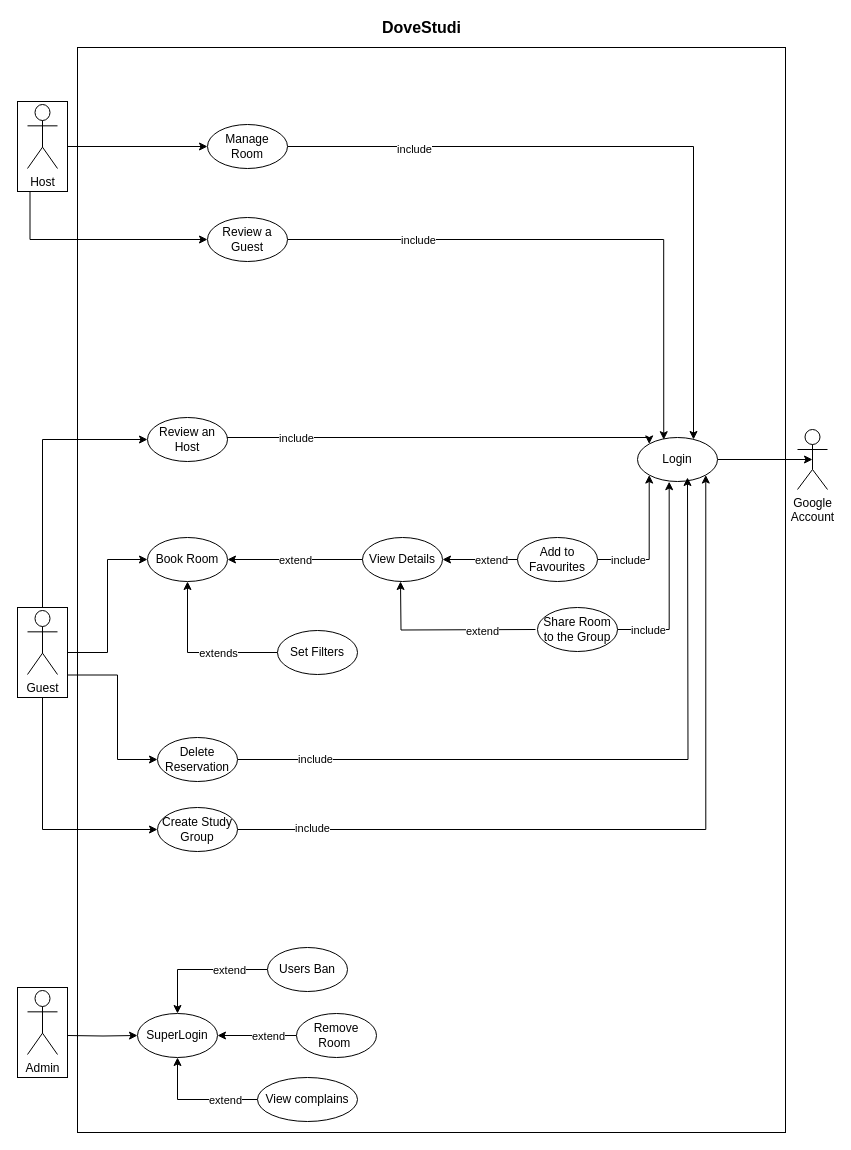
Above: Docs/DoveStudi UCD.drawio in nic-agos/DoveStudi (draw.io), before the change. Source tidied: cells renumbered, new cells numbered last; positions are measured from the earlier drawing's top-left corner, leaving out a move shared by most shapes. Both pictures are drawn from the tidied source at 100%, with x=0, y=0 at pixel (17, 17).
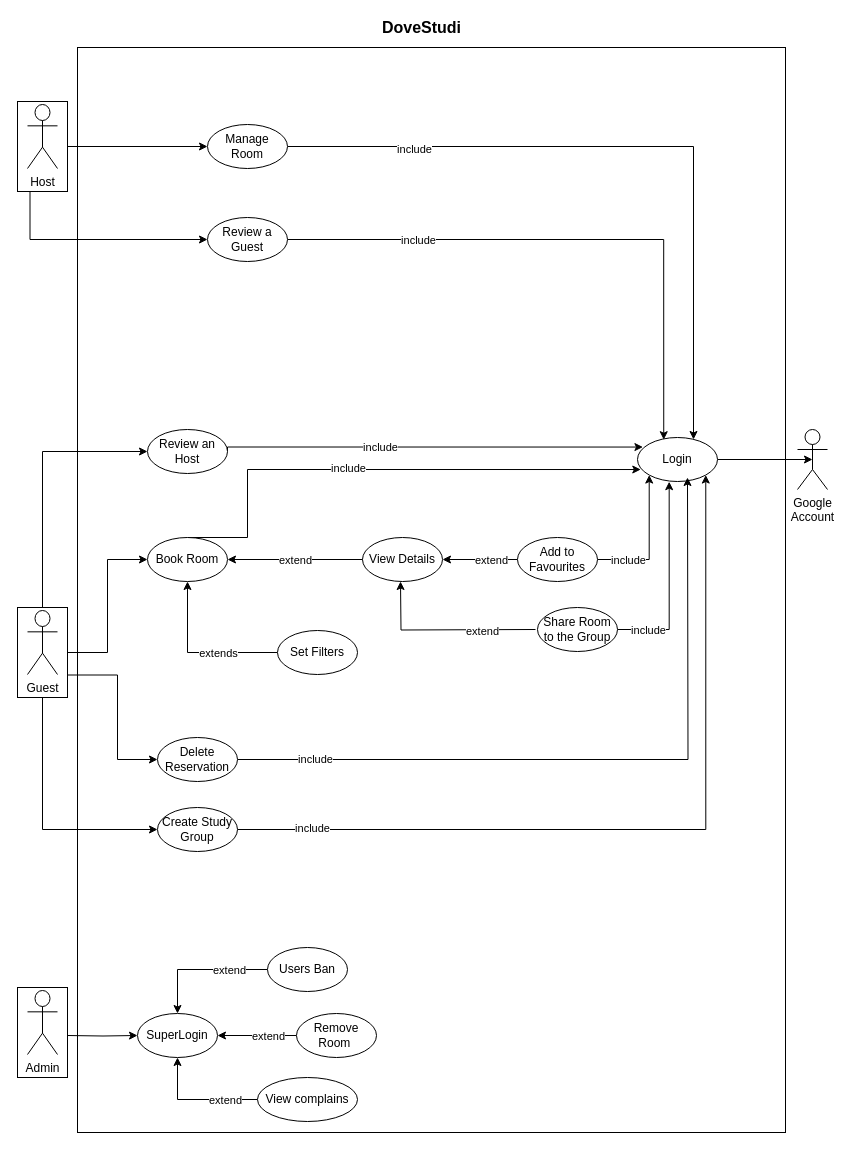
The same diagram, later.

Commit message:
added book room include login

The change refers to these unchanged cells:
```xml
<mxCell id="11" value="Login" style="ellipse;whiteSpace=wrap;html=1;" parent="1" vertex="1">
  <mxGeometry x="620" y="420" width="80" height="44" as="geometry" />
</mxCell>
<mxCell id="44" value="Book Room" style="ellipse;whiteSpace=wrap;html=1;" parent="1" vertex="1">
  <mxGeometry x="130" y="520" width="80" height="44" as="geometry" />
</mxCell>
<mxCell id="56" style="rounded=0;whiteSpace=wrap;html=1;direction=south;fillColor=none;" parent="1" vertex="1">
  <mxGeometry y="590" width="50" height="90" as="geometry" />
</mxCell>
```

What changed in the source:
```diff
@@
     <mxCell id="3" style="edgeStyle=orthogonalEdgeStyle;rounded=0;jettySize=auto;html=1;entryX=0;entryY=0.5;entryDx=0;entryDy=0;exitX=0;exitY=0.5;exitDx=0;exitDy=0;" parent="1" edge="1" source="56" target="36">
       <mxGeometry relative="1" as="geometry">
         <Array as="points">
-          <mxPoint x="25" y="422" />
+          <mxPoint x="25" y="434" />
         </Array>
       </mxGeometry>
     </mxCell>
@@
-    <mxCell id="34" style="edgeStyle=orthogonalEdgeStyle;rounded=0;jettySize=auto;html=1;exitX=1;exitY=0.5;exitDx=0;exitDy=0;entryX=0;entryY=0;entryDx=0;entryDy=0;" parent="1" edge="1" source="36" target="11">
+    <mxCell id="34" style="edgeStyle=orthogonalEdgeStyle;rounded=0;jettySize=auto;html=1;exitX=1;exitY=0.5;exitDx=0;exitDy=0;entryX=0.068;entryY=0.217;entryDx=0;entryDy=0;entryPerimeter=0;" parent="1" edge="1" source="36" target="11">
       <mxGeometry relative="1" as="geometry">
         <Array as="points">
-          <mxPoint x="170" y="422" />
-          <mxPoint x="170" y="420" />
-          <mxPoint x="632" y="420" />
+          <mxPoint x="210" y="430" />
         </Array>
       </mxGeometry>
     </mxCell>
-    <mxCell id="35" value="include" style="edgeLabel;html=1;align=center;verticalAlign=middle;" parent="34" vertex="1">
-      <mxGeometry x="-0.56" y="-4" relative="1" as="geometry">
-        <mxPoint x="38.1" y="-4" as="offset" />
-      </mxGeometry>
-    </mxCell>
+    <mxCell id="63" value="include" style="edgeLabel;html=1;align=center;verticalAlign=middle;" parent="34" vertex="1">
+      <mxGeometry x="-0.25" relative="1" as="geometry" />
+    </mxCell>
     <mxCell id="36" value="Review an Host" style="ellipse;whiteSpace=wrap;html=1;" parent="1" vertex="1">
-      <mxGeometry x="130" y="400" width="80" height="44" as="geometry" />
+      <mxGeometry x="130" y="412" width="80" height="44" as="geometry" />
     </mxCell>
@@
+    <mxCell id="64" style="edgeStyle=orthogonalEdgeStyle;rounded=0;jettySize=auto;html=1;exitX=0.5;exitY=0;exitDx=0;exitDy=0;entryX=0.041;entryY=0.728;entryDx=0;entryDy=0;entryPerimeter=0;" parent="1" edge="1" source="44" target="11">
+      <mxGeometry relative="1" as="geometry">
+        <Array as="points">
+          <mxPoint x="230" y="520" />
+          <mxPoint x="230" y="452" />
+        </Array>
+      </mxGeometry>
+    </mxCell>
+    <mxCell id="65" value="include" style="edgeLabel;html=1;align=center;verticalAlign=middle;" parent="64" vertex="1">
+      <mxGeometry x="-0.39" y="-1" relative="1" as="geometry">
+        <mxPoint x="69.3" y="-3" as="offset" />
+      </mxGeometry>
+    </mxCell>
```
